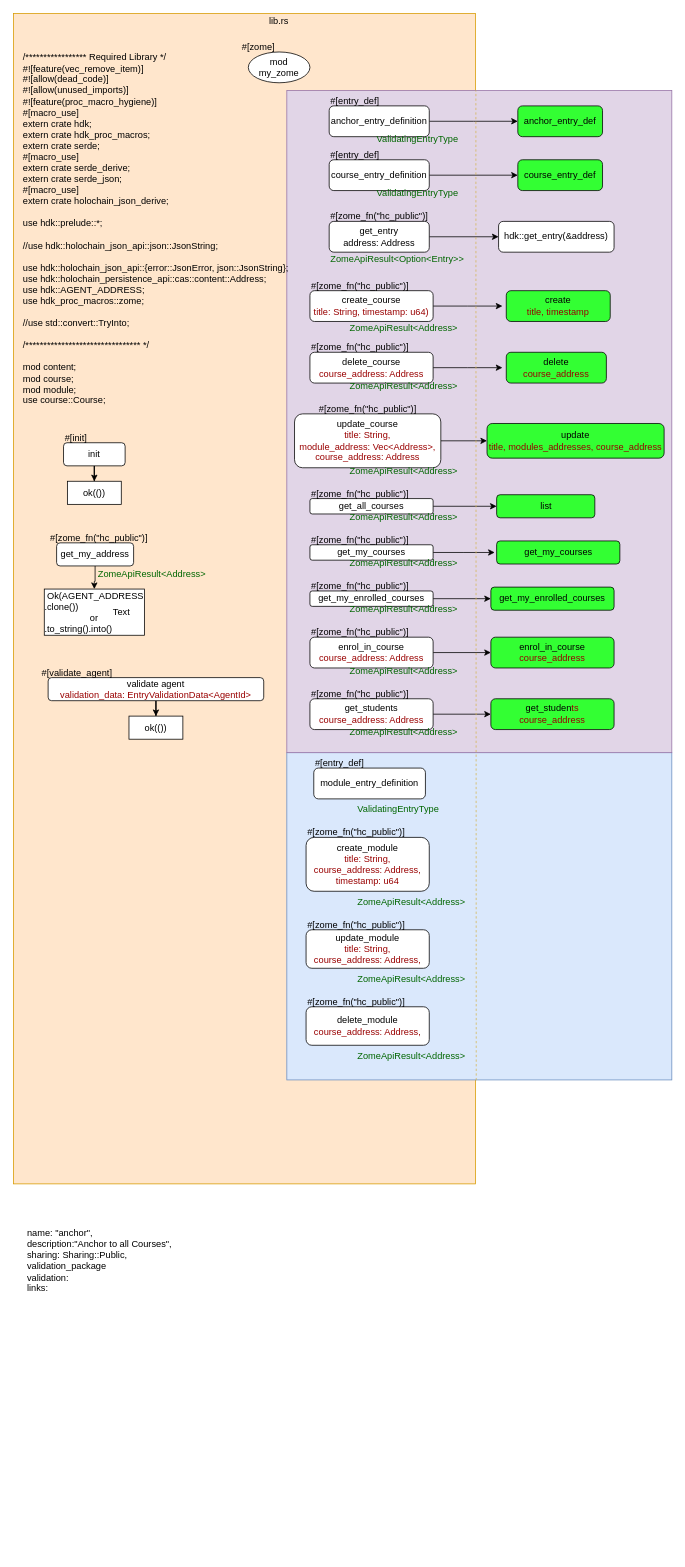
Before: page "lib.rs" (1 of 11) of Untitled Diagram.drawio in sdelvalle57/hUdemy, a draw.io diagram. Source tidied: cells renumbered, new cells numbered last; positions are measured from the earlier drawing's top-left corner, leaving out a move shared by most shapes. Both pictures are drawn from the tidied source at 77%, with x=0, y=0 at pixel (13, 13).
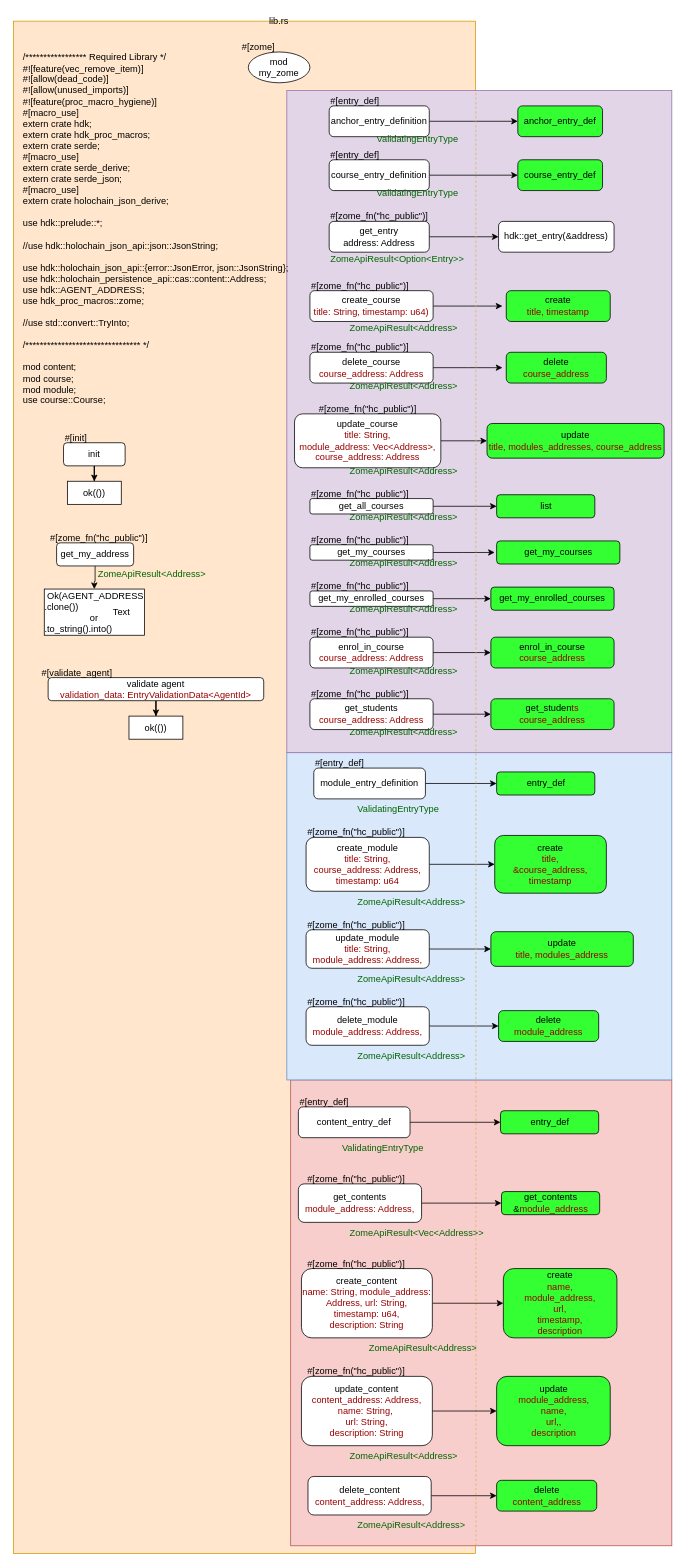
After the change.

The change refers to these unchanged cells:
```xml
<mxCell id="3" style="rounded=0;whiteSpace=wrap;html=1;fillColor=#dae8fc;strokeColor=#6c8ebf;" parent="1" vertex="1">
  <mxGeometry x="355" y="960" width="500" height="425" as="geometry" />
</mxCell>
<mxCell id="4" style="rounded=0;whiteSpace=wrap;html=1;fillColor=#e1d5e7;strokeColor=#9673a6;" parent="1" vertex="1">
  <mxGeometry x="355" y="100" width="500" height="860" as="geometry" />
</mxCell>
<mxCell id="79" value="module_entry_definition" style="rounded=1;whiteSpace=wrap;html=1;" parent="1" vertex="1">
  <mxGeometry x="390" y="980" width="145" height="40" as="geometry" />
</mxCell>
<mxCell id="82" value="&lt;div&gt;create_module&lt;br&gt;&lt;/div&gt;&lt;div&gt;&lt;font color=&quot;#990000&quot;&gt;title: String,&lt;/font&gt;&lt;/div&gt;&lt;div&gt;&lt;font color=&quot;#990000&quot;&gt;course_address: Address,&lt;/font&gt;&lt;/div&gt;&lt;div&gt;&lt;font color=&quot;#990000&quot;&gt;timestamp: u64&lt;/font&gt;&lt;br&gt;&lt;/div&gt;" style="rounded=1;whiteSpace=wrap;html=1;" parent="1" vertex="1">
  <mxGeometry x="380" y="1070" width="160" height="70" as="geometry" />
</mxCell>
```

Change to the diagram source:
```diff
@@
     <mxCell id="2" style="rounded=0;whiteSpace=wrap;html=1;fillColor=#ffe6cc;strokeColor=#d79b00;" parent="1" vertex="1">
-      <mxGeometry width="600" height="1520" as="geometry" />
+      <mxGeometry y="10" width="600" height="1990" as="geometry" />
     </mxCell>
+    <mxCell id="92" style="rounded=0;whiteSpace=wrap;html=1;fillColor=#f8cecc;strokeColor=#b85450;" parent="1" vertex="1">
+      <mxGeometry x="360" y="1385" width="495" height="605" as="geometry" />
+    </mxCell>
@@
-    <mxCell id="67" value="name: &quot;anchor&quot;,&lt;br&gt;                description:&quot;Anchor to all Courses&quot;,&lt;br&gt;&lt;div&gt;                sharing: Sharing::Public,&lt;/div&gt;&lt;div&gt;validation_package&lt;/div&gt;&lt;div&gt;validation:&lt;/div&gt;&lt;div&gt;links:&lt;/div&gt;" style="text;html=1;" parent="1" vertex="1">
-      <mxGeometry x="16" y="1570" width="210" height="110" as="geometry" />
-    </mxCell>
@@
+    <mxCell id="93" style="edgeStyle=orthogonalEdgeStyle;rounded=0;jettySize=auto;html=1;entryX=0;entryY=0.5;entryDx=0;entryDy=0;" parent="1" edge="1" source="79" target="101">
+      <mxGeometry relative="1" as="geometry" />
+    </mxCell>
@@
+    <mxCell id="94" style="edgeStyle=orthogonalEdgeStyle;rounded=0;jettySize=auto;html=1;entryX=0;entryY=0.5;entryDx=0;entryDy=0;" parent="1" edge="1" source="82" target="102">
+      <mxGeometry relative="1" as="geometry" />
+    </mxCell>
@@
+    <mxCell id="95" style="edgeStyle=orthogonalEdgeStyle;rounded=0;jettySize=auto;html=1;entryX=0;entryY=0.5;entryDx=0;entryDy=0;" parent="1" edge="1" source="85" target="103">
+      <mxGeometry relative="1" as="geometry" />
+    </mxCell>
-    <mxCell id="85" value="&lt;div&gt;update_module&lt;br&gt;&lt;/div&gt;&lt;div&gt;&lt;font color=&quot;#990000&quot;&gt;title: String,&lt;/font&gt;&lt;/div&gt;&lt;div&gt;&lt;font color=&quot;#990000&quot;&gt;course_address: Address,&lt;/font&gt;&lt;/div&gt;" style="rounded=1;whiteSpace=wrap;html=1;" parent="1" vertex="1">
+    <mxCell id="85" value="&lt;div&gt;update_module&lt;br&gt;&lt;/div&gt;&lt;div&gt;&lt;font color=&quot;#990000&quot;&gt;title: String,&lt;/font&gt;&lt;/div&gt;&lt;div&gt;&lt;font color=&quot;#990000&quot;&gt;module_address: Address,&lt;/font&gt;&lt;/div&gt;" style="rounded=1;whiteSpace=wrap;html=1;" parent="1" vertex="1">
       <mxGeometry x="380" y="1190" width="160" height="50" as="geometry" />
     </mxCell>
@@
+    <mxCell id="96" style="edgeStyle=orthogonalEdgeStyle;rounded=0;jettySize=auto;html=1;" parent="1" edge="1" source="88" target="104">
+      <mxGeometry relative="1" as="geometry" />
+    </mxCell>
-    <mxCell id="88" value="&lt;div&gt;delete_module&lt;br&gt;&lt;/div&gt;&lt;div&gt;&lt;font color=&quot;#990000&quot;&gt;course_address: Address,&lt;/font&gt;&lt;/div&gt;" style="rounded=1;whiteSpace=wrap;html=1;" parent="1" vertex="1">
+    <mxCell id="88" value="&lt;div&gt;delete_module&lt;br&gt;&lt;/div&gt;&lt;div&gt;&lt;font color=&quot;#990000&quot;&gt;module_address: Address,&lt;/font&gt;&lt;/div&gt;" style="rounded=1;whiteSpace=wrap;html=1;" parent="1" vertex="1">
       <mxGeometry x="380" y="1290" width="160" height="50" as="geometry" />
     </mxCell>
@@
-    <mxCell id="91" style="endArrow=none;dashed=1;html=1;entryX=0.491;entryY=0;entryDx=0;entryDy=0;entryPerimeter=0;exitX=0.492;exitY=1.001;exitDx=0;exitDy=0;exitPerimeter=0;fillColor=#fff2cc;strokeColor=#d6b656;" parent="1" edge="1" source="3" target="4">
+    <mxCell id="91" style="endArrow=none;dashed=1;html=1;entryX=0.491;entryY=0;entryDx=0;entryDy=0;entryPerimeter=0;exitX=0.486;exitY=1;exitDx=0;exitDy=0;fillColor=#fff2cc;strokeColor=#d6b656;exitPerimeter=0;" parent="1" edge="1" source="92" target="4">
       <mxGeometry relative="1" as="geometry" />
     </mxCell>
+    <mxCell id="97" style="edgeStyle=orthogonalEdgeStyle;rounded=0;jettySize=auto;html=1;entryX=0;entryY=0.5;entryDx=0;entryDy=0;" parent="1" edge="1" source="98" target="105">
+      <mxGeometry relative="1" as="geometry" />
+    </mxCell>
+    <mxCell id="98" value="content_entry_def" style="rounded=1;whiteSpace=wrap;html=1;" parent="1" vertex="1">
+      <mxGeometry x="370" y="1420" width="145" height="40" as="geometry" />
+    </mxCell>
+    <mxCell id="99" value="#[entry_def]" style="text;html=1;" parent="1" vertex="1">
+      <mxGeometry x="370" y="1400" width="90" height="20" as="geometry" />
+    </mxCell>
+    <mxCell id="100" value="&lt;font color=&quot;#006600&quot;&gt;ValidatingEntryType&lt;/font&gt;" style="text;html=1;" parent="1" vertex="1">
+      <mxGeometry x="425" y="1460" width="130" height="30" as="geometry" />
+    </mxCell>
+    <mxCell id="101" value="entry_def" style="rounded=1;whiteSpace=wrap;html=1;fillColor=#33FF33;" parent="1" vertex="1">
+      <mxGeometry x="627.5" y="985" width="127.5" height="30" as="geometry" />
+    </mxCell>
+    <mxCell id="102" value="create&lt;br&gt;&lt;font color=&quot;#990000&quot;&gt;title, &lt;/font&gt;&lt;br&gt;&lt;div&gt;&lt;font color=&quot;#990000&quot;&gt;&lt;font color=&quot;#990000&quot;&gt;&amp;amp;course_address,&lt;/font&gt;&lt;/font&gt;&lt;/div&gt;&lt;div&gt;&lt;font color=&quot;#990000&quot;&gt;&lt;font color=&quot;#990000&quot;&gt;timestamp&lt;br&gt;&lt;/font&gt;&lt;/font&gt;&lt;/div&gt;" style="rounded=1;whiteSpace=wrap;html=1;fillColor=#33FF33;" parent="1" vertex="1">
+      <mxGeometry x="625" y="1067.5" width="145" height="75" as="geometry" />
+    </mxCell>
+    <mxCell id="103" value="update&lt;br&gt;&lt;div align=&quot;left&quot;&gt;&lt;font color=&quot;#990000&quot;&gt;title, modules_address&lt;br&gt;&lt;/font&gt;&lt;/div&gt;" style="rounded=1;whiteSpace=wrap;html=1;fillColor=#33FF33;" parent="1" vertex="1">
+      <mxGeometry x="620" y="1192.5" width="185" height="45" as="geometry" />
+    </mxCell>
+    <mxCell id="104" value="delete&lt;br&gt;&lt;font color=&quot;#990000&quot;&gt;module_address&lt;br&gt;&lt;/font&gt;" style="rounded=1;whiteSpace=wrap;html=1;fillColor=#33FF33;" parent="1" vertex="1">
+      <mxGeometry x="630" y="1295" width="130" height="40" as="geometry" />
+    </mxCell>
+    <mxCell id="105" value="entry_def" style="rounded=1;whiteSpace=wrap;html=1;fillColor=#33FF33;" parent="1" vertex="1">
+      <mxGeometry x="632.5" y="1425" width="127.5" height="30" as="geometry" />
+    </mxCell>
+    <mxCell id="106" style="edgeStyle=orthogonalEdgeStyle;rounded=0;jettySize=auto;html=1;" parent="1" edge="1" source="107" target="114">
+      <mxGeometry relative="1" as="geometry" />
+    </mxCell>
+    <mxCell id="107" value="&lt;div&gt;get_contents&lt;br&gt;&lt;/div&gt;&lt;div&gt;&lt;font color=&quot;#990000&quot;&gt;module_address: Address,&lt;/font&gt;&lt;/div&gt;" style="rounded=1;whiteSpace=wrap;html=1;" parent="1" vertex="1">
+      <mxGeometry x="370" y="1520" width="160" height="50" as="geometry" />
+    </mxCell>
+    <mxCell id="108" style="edgeStyle=orthogonalEdgeStyle;rounded=0;jettySize=auto;html=1;entryX=0;entryY=0.5;entryDx=0;entryDy=0;" parent="1" edge="1" source="109" target="124">
+      <mxGeometry relative="1" as="geometry" />
+    </mxCell>
+    <mxCell id="109" value="&lt;div&gt;delete_content&lt;br&gt;&lt;/div&gt;&lt;div&gt;&lt;font color=&quot;#990000&quot;&gt;content_address: Address,&lt;/font&gt;&lt;/div&gt;" style="rounded=1;whiteSpace=wrap;html=1;" parent="1" vertex="1">
+      <mxGeometry x="382.5" y="1900" width="160" height="50" as="geometry" />
+    </mxCell>
+    <mxCell id="110" style="edgeStyle=orthogonalEdgeStyle;rounded=0;jettySize=auto;html=1;entryX=0;entryY=0.5;entryDx=0;entryDy=0;" parent="1" edge="1" source="111" target="115">
+      <mxGeometry relative="1" as="geometry" />
+    </mxCell>
+    <mxCell id="111" value="&lt;div&gt;create_content&lt;br&gt;&lt;/div&gt;&lt;div&gt;&lt;font color=&quot;#990000&quot;&gt;name: String, module_address: Address, url: String, &lt;br&gt;&lt;/font&gt;&lt;/div&gt;&lt;div&gt;&lt;font color=&quot;#990000&quot;&gt;timestamp: u64, &lt;br&gt;&lt;/font&gt;&lt;/div&gt;&lt;div&gt;&lt;font color=&quot;#990000&quot;&gt;description: String&lt;br&gt;&lt;/font&gt;&lt;/div&gt;" style="rounded=1;whiteSpace=wrap;html=1;" parent="1" vertex="1">
+      <mxGeometry x="374" y="1630" width="170" height="90" as="geometry" />
+    </mxCell>
+    <mxCell id="112" value="#[zome_fn(&quot;hc_public&quot;)]" style="text;html=1;" parent="1" vertex="1">
+      <mxGeometry x="380" y="1500" width="90" height="20" as="geometry" />
+    </mxCell>
+    <mxCell id="113" value="&lt;font color=&quot;#006600&quot;&gt;ZomeApiResult&amp;lt;Vec&amp;lt;Address&amp;gt;&amp;gt;&lt;/font&gt;" style="text;html=1;" parent="1" vertex="1">
+      <mxGeometry x="435" y="1570" width="190" height="20" as="geometry" />
+    </mxCell>
+    <mxCell id="114" value="&lt;div&gt;get_contents&lt;/div&gt;&lt;div&gt;&amp;amp;&lt;font color=&quot;#990000&quot;&gt;module_address&lt;/font&gt;&lt;br&gt;&lt;/div&gt;" style="rounded=1;whiteSpace=wrap;html=1;fillColor=#33FF33;" parent="1" vertex="1">
+      <mxGeometry x="633.8" y="1530" width="127.5" height="30" as="geometry" />
+    </mxCell>
+    <mxCell id="115" value="&lt;div&gt;create&lt;/div&gt;&lt;div&gt;&lt;font color=&quot;#990000&quot;&gt;name, &lt;br&gt;&lt;/font&gt;&lt;/div&gt;&lt;div&gt;&lt;font color=&quot;#990000&quot;&gt;module_address, &lt;br&gt;&lt;/font&gt;&lt;/div&gt;&lt;div&gt;&lt;font color=&quot;#990000&quot;&gt;url, &lt;br&gt;&lt;/font&gt;&lt;/div&gt;&lt;div&gt;&lt;font color=&quot;#990000&quot;&gt;timestamp, &lt;br&gt;&lt;/font&gt;&lt;/div&gt;&lt;div&gt;&lt;font color=&quot;#990000&quot;&gt;description&lt;/font&gt;&lt;br&gt;&lt;/div&gt;" style="rounded=1;whiteSpace=wrap;html=1;fillColor=#33FF33;" parent="1" vertex="1">
+      <mxGeometry x="636.2" y="1630" width="147.5" height="90" as="geometry" />
+    </mxCell>
+    <mxCell id="116" value="#[zome_fn(&quot;hc_public&quot;)]" style="text;html=1;" parent="1" vertex="1">
+      <mxGeometry x="380" y="1610" width="90" height="20" as="geometry" />
+    </mxCell>
+    <mxCell id="117" value="&lt;font color=&quot;#006600&quot;&gt;ZomeApiResult&amp;lt;Address&amp;gt;&lt;/font&gt;" style="text;html=1;" parent="1" vertex="1">
+      <mxGeometry x="460" y="1719" width="150" height="30" as="geometry" />
+    </mxCell>
+    <mxCell id="118" style="edgeStyle=orthogonalEdgeStyle;rounded=0;jettySize=auto;html=1;" parent="1" edge="1" source="119" target="121">
+      <mxGeometry relative="1" as="geometry" />
+    </mxCell>
+    <mxCell id="119" value="&lt;div&gt;update_content&lt;/div&gt;&lt;div&gt;&lt;font color=&quot;#990000&quot;&gt;content_address: Address,&lt;/font&gt;&lt;br&gt;&lt;/div&gt;&lt;div&gt;&lt;font color=&quot;#990000&quot;&gt;name: String,&amp;nbsp; &lt;br&gt;&lt;/font&gt;&lt;/div&gt;&lt;div&gt;&lt;font color=&quot;#990000&quot;&gt;url: String, &lt;br&gt;&lt;/font&gt;&lt;/div&gt;&lt;div&gt;&lt;font color=&quot;#990000&quot;&gt;description: String&lt;br&gt;&lt;/font&gt;&lt;/div&gt;" style="rounded=1;whiteSpace=wrap;html=1;" parent="1" vertex="1">
+      <mxGeometry x="374" y="1770" width="170" height="90" as="geometry" />
+    </mxCell>
+    <mxCell id="120" value="#[zome_fn(&quot;hc_public&quot;)]" style="text;html=1;" parent="1" vertex="1">
+      <mxGeometry x="380" y="1749" width="90" height="20" as="geometry" />
+    </mxCell>
+    <mxCell id="121" value="&lt;div&gt;update&lt;/div&gt;&lt;div&gt;&lt;font color=&quot;#990000&quot;&gt;module_address,&lt;/font&gt;&lt;/div&gt;&lt;div&gt;&lt;font color=&quot;#990000&quot;&gt;name, &lt;br&gt;&lt;/font&gt;&lt;/div&gt;&lt;div&gt;&lt;font color=&quot;#990000&quot;&gt;url,, &lt;br&gt;&lt;/font&gt;&lt;/div&gt;&lt;div&gt;&lt;font color=&quot;#990000&quot;&gt;description&lt;/font&gt;&lt;br&gt;&lt;/div&gt;" style="rounded=1;whiteSpace=wrap;html=1;fillColor=#33FF33;" parent="1" vertex="1">
+      <mxGeometry x="627.5" y="1770" width="147.5" height="90" as="geometry" />
+    </mxCell>
+    <mxCell id="122" value="&lt;font color=&quot;#006600&quot;&gt;ZomeApiResult&amp;lt;Address&amp;gt;&lt;/font&gt;" style="text;html=1;" parent="1" vertex="1">
+      <mxGeometry x="435" y="1860" width="150" height="30" as="geometry" />
+    </mxCell>
+    <mxCell id="123" value="&lt;font color=&quot;#006600&quot;&gt;ZomeApiResult&amp;lt;Address&amp;gt;&lt;/font&gt;" style="text;html=1;" parent="1" vertex="1">
+      <mxGeometry x="445" y="1950" width="150" height="30" as="geometry" />
+    </mxCell>
+    <mxCell id="124" value="delete&lt;br&gt;&lt;font color=&quot;#990000&quot;&gt;content_address&lt;br&gt;&lt;/font&gt;" style="rounded=1;whiteSpace=wrap;html=1;fillColor=#33FF33;" parent="1" vertex="1">
+      <mxGeometry x="627.5" y="1905" width="130" height="40" as="geometry" />
+    </mxCell>
```
